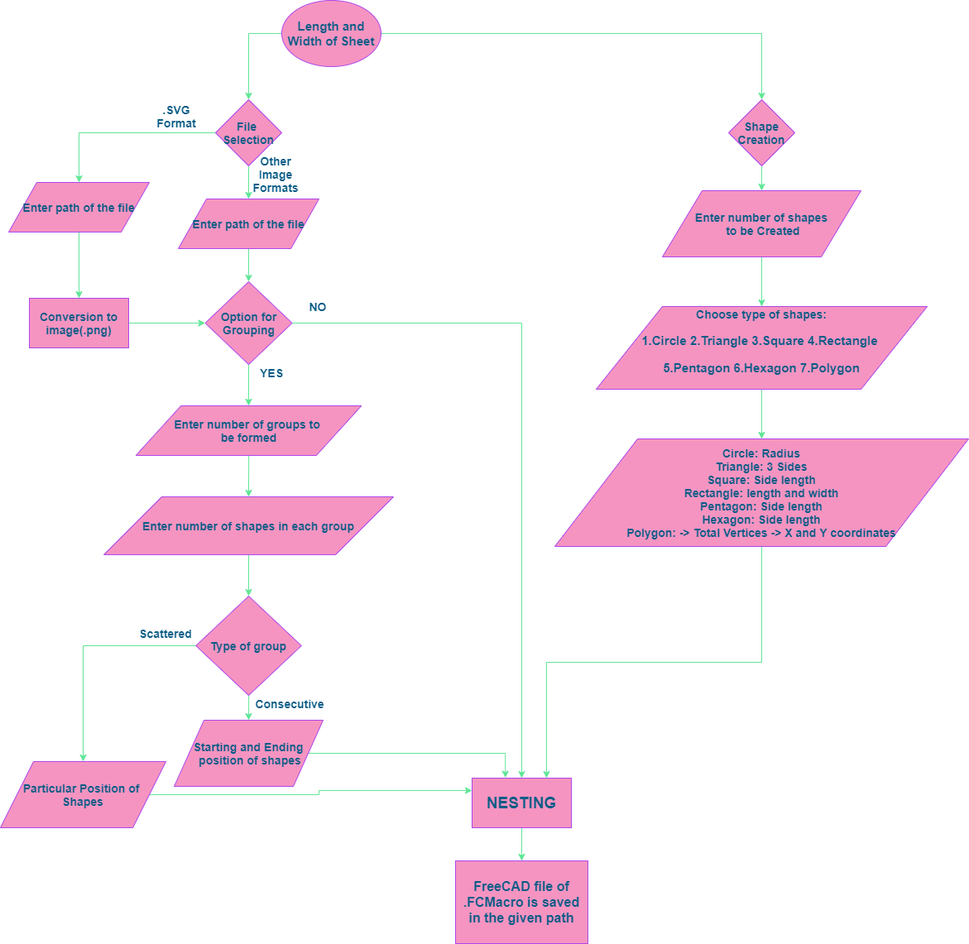
KeepsakeAutomation/Functional-modules-for-Laser-Cutting-Nesting- keeps this draw.io diagram as img/flow_chart.png. Above is the earlier version. Source tidied: cells renumbered, new cells last; positions are measured from the earlier drawing's top-left corner, leaving out a move shared by most shapes.
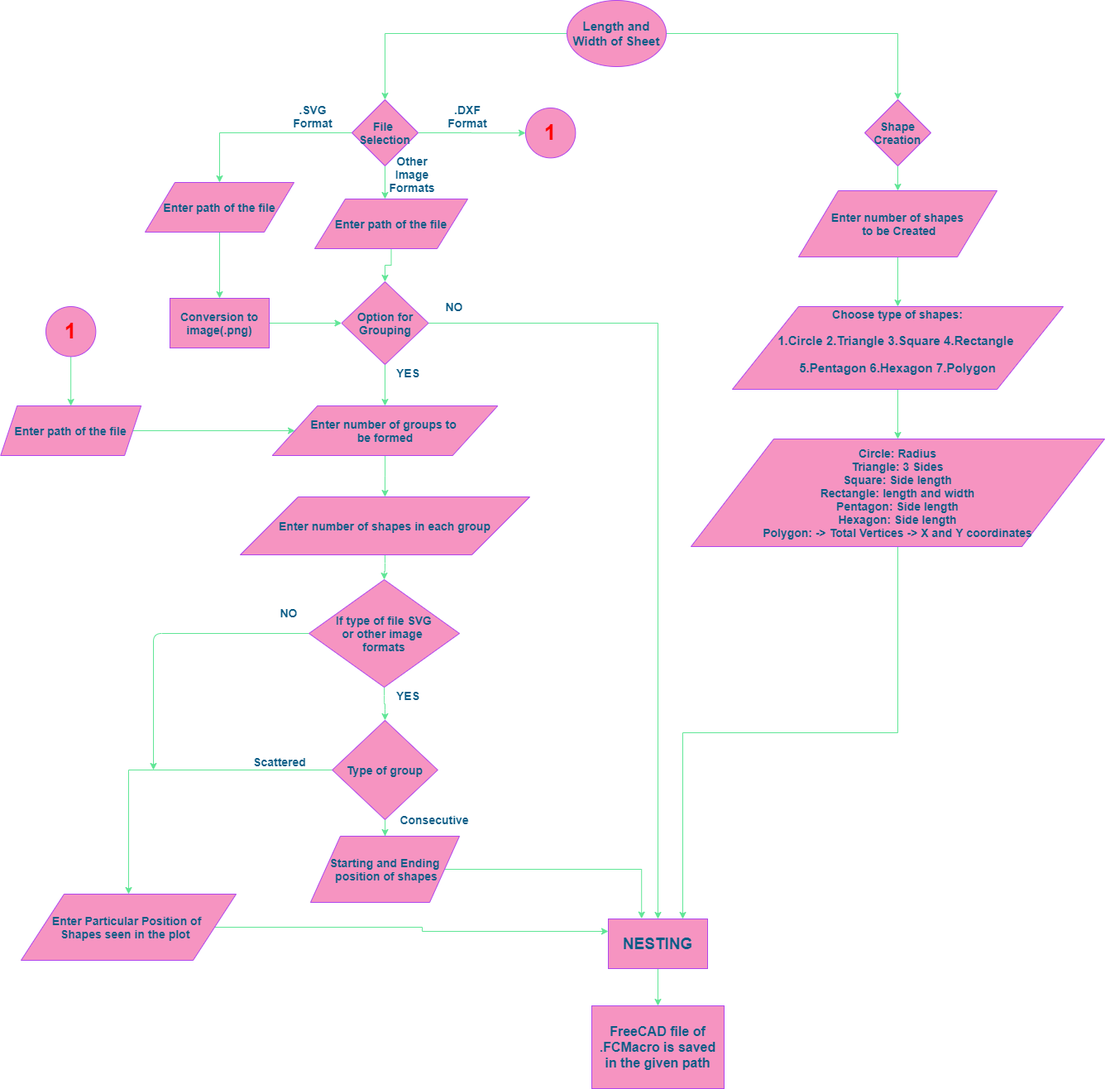
The same file after the commit.

What changed in the source:
```diff
@@ -16,7 +16,7 @@
       </mxGeometry>
     </mxCell>
     <mxCell id="4" value="&lt;font style=&quot;font-size: 15px&quot;&gt;&lt;b&gt;Length and Width of Sheet&lt;/b&gt;&lt;/font&gt;" style="ellipse;whiteSpace=wrap;html=1;fillColor=#F694C1;strokeColor=#AF45ED;fontColor=#095C86;" parent="1" vertex="1">
-      <mxGeometry x="340" width="120" height="80" as="geometry" />
+      <mxGeometry x="520" width="120" height="80" as="geometry" />
     </mxCell>
     <mxCell id="5" style="edgeStyle=orthogonalEdgeStyle;rounded=0;jettySize=auto;html=1;strokeColor=#60E696;fontColor=#095C86;" parent="1" edge="1" source="7">
       <mxGeometry relative="1" as="geometry">
@@ -26,6 +26,9 @@
     <mxCell id="6" style="edgeStyle=orthogonalEdgeStyle;rounded=0;jettySize=auto;html=1;entryX=0.5;entryY=0;entryDx=0;entryDy=0;fontSize=14;fontColor=#095C86;strokeColor=#60E696;" parent="1" edge="1" source="7" target="37">
       <mxGeometry relative="1" as="geometry" />
     </mxCell>
+    <mxCell id="45" style="edgeStyle=orthogonalEdgeStyle;rounded=0;jettySize=auto;html=1;exitX=1;exitY=0.5;exitDx=0;exitDy=0;strokeColor=#60E696;fontColor=#095C86;" parent="1" edge="1" source="7" target="47">
+      <mxGeometry relative="1" as="geometry" />
+    </mxCell>
     <mxCell id="7" value="&lt;font style=&quot;font-size: 14px&quot;&gt;&lt;b&gt;File &lt;br&gt;Selection&lt;/b&gt;&lt;/font&gt;" style="rhombus;whiteSpace=wrap;html=1;fillColor=#F694C1;strokeColor=#AF45ED;fontColor=#095C86;" parent="1" vertex="1">
       <mxGeometry x="260" y="120" width="80" height="80" as="geometry" />
     </mxCell>
@@ -39,13 +42,17 @@
       <mxGeometry relative="1" as="geometry" />
     </mxCell>
     <mxCell id="11" value="&lt;b&gt;Enter path of the file&lt;/b&gt;" style="shape=parallelogram;perimeter=parallelogramPerimeter;whiteSpace=wrap;html=1;fontSize=14;fillColor=#F694C1;strokeColor=#AF45ED;fontColor=#095C86;" parent="1" vertex="1">
-      <mxGeometry x="215" y="240" width="170" height="60" as="geometry" />
+      <mxGeometry x="215" y="240" width="185" height="60" as="geometry" />
     </mxCell>
     <mxCell id="12" style="edgeStyle=orthogonalEdgeStyle;rounded=0;jettySize=auto;html=1;entryX=0.5;entryY=0;entryDx=0;entryDy=0;fontSize=14;fontColor=#095C86;strokeColor=#60E696;" parent="1" edge="1" source="14" target="18">
       <mxGeometry relative="1" as="geometry" />
     </mxCell>
     <mxCell id="13" style="edgeStyle=orthogonalEdgeStyle;rounded=0;jettySize=auto;html=1;fontSize=14;fontColor=#095C86;entryX=0.5;entryY=0;entryDx=0;entryDy=0;strokeColor=#60E696;" parent="1" edge="1" source="14" target="33">
-      <mxGeometry relative="1" as="geometry" />
+      <mxGeometry relative="1" as="geometry">
+        <Array as="points">
+          <mxPoint x="630" y="390" />
+        </Array>
+      </mxGeometry>
     </mxCell>
     <mxCell id="14" value="&lt;b&gt;Option for Grouping&lt;/b&gt;" style="rhombus;whiteSpace=wrap;html=1;fontSize=14;fontColor=#095C86;fillColor=#F694C1;strokeColor=#AF45ED;" parent="1" vertex="1">
       <mxGeometry x="247.5" y="340" width="105" height="100" as="geometry" />
@@ -62,9 +69,9 @@
     <mxCell id="18" value="&lt;b&gt;Enter number of groups to&amp;nbsp;&lt;br&gt;be formed&lt;/b&gt;" style="shape=parallelogram;perimeter=parallelogramPerimeter;whiteSpace=wrap;html=1;fontSize=14;fontColor=#095C86;fillColor=#F694C1;strokeColor=#AF45ED;" parent="1" vertex="1">
       <mxGeometry x="163.8" y="490" width="272.5" height="60" as="geometry" />
     </mxCell>
-    <mxCell id="19" style="edgeStyle=orthogonalEdgeStyle;rounded=0;jettySize=auto;html=1;fontSize=14;fontColor=#095C86;entryX=0.5;entryY=0;entryDx=0;entryDy=0;strokeColor=#60E696;" parent="1" edge="1" source="20" target="23">
-      <mxGeometry relative="1" as="geometry" />
-    </mxCell>
+    <mxCell id="46" style="edgeStyle=orthogonalEdgeStyle;curved=0;rounded=1;sketch=0;jettySize=auto;html=1;entryX=0.5;entryY=0;entryDx=0;entryDy=0;strokeColor=#60E696;fillColor=#F694C1;fontColor=#095C86;" parent="1" edge="1" source="20" target="55">
+      <mxGeometry relative="1" as="geometry" />
+    </mxCell>
     <mxCell id="20" value="&lt;b&gt;Enter number of shapes in each group&lt;/b&gt;" style="shape=parallelogram;perimeter=parallelogramPerimeter;whiteSpace=wrap;html=1;fontSize=14;fontColor=#095C86;fillColor=#F694C1;strokeColor=#AF45ED;" parent="1" vertex="1">
       <mxGeometry x="125" y="600" width="350" height="70" as="geometry" />
     </mxCell>
@@ -75,7 +82,7 @@
       <mxGeometry relative="1" as="geometry" />
     </mxCell>
     <mxCell id="23" value="&lt;b&gt;Type of group&lt;/b&gt;" style="rhombus;whiteSpace=wrap;html=1;fontSize=14;fontColor=#095C86;fillColor=#F694C1;strokeColor=#AF45ED;" parent="1" vertex="1">
-      <mxGeometry x="236.2" y="720" width="127.5" height="120" as="geometry" />
+      <mxGeometry x="236.3" y="870" width="127.5" height="120" as="geometry" />
     </mxCell>
     <mxCell id="24" value="&lt;b&gt;.SVG Format&lt;/b&gt;" style="text;html=1;strokeColor=none;fillColor=none;align=center;verticalAlign=middle;whiteSpace=wrap;rounded=0;fontSize=14;fontColor=#095C86;" parent="1" vertex="1">
       <mxGeometry x="192.5" y="130" width="40" height="20" as="geometry" />
@@ -84,40 +91,40 @@
       <mxGeometry x="312.5" y="200" width="40" height="20" as="geometry" />
     </mxCell>
     <mxCell id="26" value="&lt;b&gt;Scattered&lt;/b&gt;" style="text;html=1;strokeColor=none;fillColor=none;align=center;verticalAlign=middle;whiteSpace=wrap;rounded=0;fontSize=14;fontColor=#095C86;" parent="1" vertex="1">
-      <mxGeometry x="180" y="755" width="40" height="20" as="geometry" />
+      <mxGeometry x="152.5" y="910" width="40" height="20" as="geometry" />
     </mxCell>
     <mxCell id="27" value="&lt;b&gt;Consecutive&lt;/b&gt;" style="text;html=1;strokeColor=none;fillColor=none;align=center;verticalAlign=middle;whiteSpace=wrap;rounded=0;fontSize=14;fontColor=#095C86;" parent="1" vertex="1">
-      <mxGeometry x="330" y="840" width="40" height="20" as="geometry" />
+      <mxGeometry x="340" y="980" width="40" height="20" as="geometry" />
     </mxCell>
     <mxCell id="28" style="edgeStyle=orthogonalEdgeStyle;rounded=0;jettySize=auto;html=1;entryX=0.335;entryY=-0.006;entryDx=0;entryDy=0;entryPerimeter=0;fontSize=14;fontColor=#095C86;strokeColor=#60E696;" parent="1" edge="1" source="29" target="33">
       <mxGeometry relative="1" as="geometry" />
     </mxCell>
     <mxCell id="29" value="&lt;b&gt;Starting and Ending&lt;br&gt;&amp;nbsp;position of shapes&lt;/b&gt;" style="shape=parallelogram;perimeter=parallelogramPerimeter;whiteSpace=wrap;html=1;fontSize=14;fontColor=#095C86;fillColor=#F694C1;strokeColor=#AF45ED;" parent="1" vertex="1">
-      <mxGeometry x="210" y="870" width="180" height="80" as="geometry" />
+      <mxGeometry x="210" y="1010" width="180" height="80" as="geometry" />
     </mxCell>
-    <mxCell id="30" style="edgeStyle=orthogonalEdgeStyle;rounded=0;jettySize=auto;html=1;fontSize=14;fontColor=#095C86;entryX=0;entryY=0.25;entryDx=0;entryDy=0;strokeColor=#60E696;" parent="1" edge="1" source="31" target="33">
+    <mxCell id="30" style="edgeStyle=orthogonalEdgeStyle;rounded=0;jettySize=auto;html=1;fontSize=14;fontColor=#095C86;strokeColor=#60E696;entryX=0;entryY=0.25;entryDx=0;entryDy=0;" parent="1" edge="1" source="31" target="33">
       <mxGeometry relative="1" as="geometry" />
     </mxCell>
-    <mxCell id="31" value="&lt;b&gt;Particular Position of&amp;nbsp;&lt;br&gt;Shapes&lt;/b&gt;" style="shape=parallelogram;perimeter=parallelogramPerimeter;whiteSpace=wrap;html=1;fontSize=14;fontColor=#095C86;fillColor=#F694C1;strokeColor=#AF45ED;" parent="1" vertex="1">
-      <mxGeometry y="920" width="200" height="80" as="geometry" />
+    <mxCell id="31" value="&lt;b&gt;Enter Particular Position of&amp;nbsp;&lt;br&gt;Shapes seen in the plot&amp;nbsp;&amp;nbsp;&lt;/b&gt;" style="shape=parallelogram;perimeter=parallelogramPerimeter;whiteSpace=wrap;html=1;fontSize=14;fontColor=#095C86;fillColor=#F694C1;strokeColor=#AF45ED;" parent="1" vertex="1">
+      <mxGeometry x="-140" y="1080" width="260" height="80" as="geometry" />
     </mxCell>
     <mxCell id="32" style="edgeStyle=orthogonalEdgeStyle;rounded=0;jettySize=auto;html=1;fontSize=14;fontColor=#095C86;strokeColor=#60E696;" parent="1" edge="1" source="33" target="44">
       <mxGeometry relative="1" as="geometry" />
     </mxCell>
     <mxCell id="33" value="&lt;font style=&quot;font-size: 19px&quot;&gt;&lt;b&gt;NESTING&lt;/b&gt;&lt;/font&gt;" style="rounded=0;whiteSpace=wrap;html=1;fontSize=14;fontColor=#095C86;fillColor=#F694C1;strokeColor=#AF45ED;" parent="1" vertex="1">
-      <mxGeometry x="570" y="940" width="120" height="60" as="geometry" />
+      <mxGeometry x="570" y="1110" width="120" height="60" as="geometry" />
     </mxCell>
     <mxCell id="34" style="edgeStyle=orthogonalEdgeStyle;rounded=0;jettySize=auto;html=1;entryX=0;entryY=0.5;entryDx=0;entryDy=0;fontSize=14;fontColor=#095C86;strokeColor=#60E696;" parent="1" edge="1" source="35" target="14">
       <mxGeometry relative="1" as="geometry" />
     </mxCell>
     <mxCell id="35" value="&lt;b&gt;Conversion to image(.png)&lt;/b&gt;" style="rounded=0;whiteSpace=wrap;html=1;fontSize=14;fontColor=#095C86;fillColor=#F694C1;strokeColor=#AF45ED;" parent="1" vertex="1">
-      <mxGeometry x="35" y="360" width="120" height="60" as="geometry" />
+      <mxGeometry x="40" y="360" width="120" height="60" as="geometry" />
     </mxCell>
     <mxCell id="36" style="edgeStyle=orthogonalEdgeStyle;rounded=0;jettySize=auto;html=1;entryX=0.5;entryY=0;entryDx=0;entryDy=0;fontSize=14;fontColor=#095C86;strokeColor=#60E696;" parent="1" edge="1" source="37" target="35">
       <mxGeometry relative="1" as="geometry" />
     </mxCell>
     <mxCell id="37" value="&lt;b&gt;Enter path of the file&lt;/b&gt;" style="shape=parallelogram;perimeter=parallelogramPerimeter;whiteSpace=wrap;html=1;fontSize=14;fillColor=#F694C1;strokeColor=#AF45ED;fontColor=#095C86;" parent="1" vertex="1">
-      <mxGeometry x="10" y="220" width="170" height="60" as="geometry" />
+      <mxGeometry x="10" y="220" width="180" height="60" as="geometry" />
     </mxCell>
     <mxCell id="38" style="edgeStyle=orthogonalEdgeStyle;rounded=0;jettySize=auto;html=1;exitX=0.5;exitY=1;exitDx=0;exitDy=0;entryX=0.5;entryY=0;entryDx=0;entryDy=0;fontSize=14;fontColor=#095C86;strokeColor=#60E696;" parent="1" edge="1" source="39" target="41">
       <mxGeometry relative="1" as="geometry" />
@@ -138,7 +145,42 @@
       <mxGeometry x="670" y="530" width="500" height="130" as="geometry" />
     </mxCell>
     <mxCell id="44" value="&lt;b&gt;&lt;font style=&quot;font-size: 16px&quot;&gt;FreeCAD file of .FCMacro is saved in the given path&lt;/font&gt;&lt;/b&gt;" style="rounded=0;whiteSpace=wrap;html=1;fillColor=#F694C1;strokeColor=#AF45ED;fontColor=#095C86;" parent="1" vertex="1">
-      <mxGeometry x="550" y="1040" width="160" height="100" as="geometry" />
+      <mxGeometry x="550" y="1215" width="160" height="100" as="geometry" />
     </mxCell>
+    <mxCell id="47" value="&lt;font style=&quot;font-size: 26px&quot; color=&quot;#ff0000&quot;&gt;&lt;b&gt;1&lt;/b&gt;&lt;/font&gt;" style="ellipse;whiteSpace=wrap;html=1;fillColor=#F694C1;strokeColor=#AF45ED;fontColor=#095C86;" parent="1" vertex="1">
+      <mxGeometry x="470" y="130" width="60.4" height="60.4" as="geometry" />
+    </mxCell>
+    <mxCell id="48" style="edgeStyle=orthogonalEdgeStyle;rounded=0;jettySize=auto;html=1;entryX=0.5;entryY=0;entryDx=0;entryDy=0;strokeColor=#60E696;fontColor=#095C86;" parent="1" edge="1" source="49" target="51">
+      <mxGeometry relative="1" as="geometry" />
+    </mxCell>
+    <mxCell id="49" value="&lt;font style=&quot;font-size: 26px&quot; color=&quot;#ff0000&quot;&gt;&lt;b&gt;1&lt;/b&gt;&lt;/font&gt;" style="ellipse;whiteSpace=wrap;html=1;fillColor=#F694C1;strokeColor=#AF45ED;fontColor=#095C86;" parent="1" vertex="1">
+      <mxGeometry x="-110" y="370" width="60.4" height="60.4" as="geometry" />
+    </mxCell>
+    <mxCell id="50" style="edgeStyle=orthogonalEdgeStyle;rounded=0;jettySize=auto;html=1;entryX=0;entryY=0.5;entryDx=0;entryDy=0;strokeColor=#60E696;fontColor=#095C86;" parent="1" edge="1" source="51" target="18">
+      <mxGeometry relative="1" as="geometry" />
+    </mxCell>
+    <mxCell id="51" value="&lt;b style=&quot;color: rgb(9 , 92 , 134) ; font-size: 14px&quot;&gt;Enter path of the file&lt;/b&gt;" style="shape=parallelogram;perimeter=parallelogramPerimeter;whiteSpace=wrap;html=1;fixedSize=1;strokeColor=#AF45ED;fillColor=#F694C1;fontColor=#095C86;" parent="1" vertex="1">
+      <mxGeometry x="-164.7" y="490" width="169.8" height="60" as="geometry" />
+    </mxCell>
+    <mxCell id="52" value="&lt;b&gt;.DXF Format&lt;/b&gt;" style="text;html=1;strokeColor=none;fillColor=none;align=center;verticalAlign=middle;whiteSpace=wrap;rounded=0;fontSize=14;fontColor=#095C86;" parent="1" vertex="1">
+      <mxGeometry x="380" y="130" width="40" height="20" as="geometry" />
+    </mxCell>
+    <mxCell id="53" style="edgeStyle=orthogonalEdgeStyle;curved=0;rounded=1;sketch=0;jettySize=auto;html=1;strokeColor=#60E696;fillColor=#F694C1;fontColor=#095C86;" parent="1" edge="1" source="55">
+      <mxGeometry relative="1" as="geometry">
+        <mxPoint x="20" y="930" as="targetPoint" />
+      </mxGeometry>
+    </mxCell>
+    <mxCell id="54" style="edgeStyle=orthogonalEdgeStyle;curved=0;rounded=1;sketch=0;jettySize=auto;html=1;entryX=0.5;entryY=0;entryDx=0;entryDy=0;strokeColor=#60E696;fillColor=#F694C1;fontColor=#095C86;" parent="1" edge="1" source="55" target="23">
+      <mxGeometry relative="1" as="geometry" />
+    </mxCell>
+    <mxCell id="55" value="&lt;b&gt;If type of file SVG&lt;br&gt;or other image&amp;nbsp;&lt;br&gt;formats&lt;br&gt;&lt;/b&gt;" style="rhombus;whiteSpace=wrap;html=1;fontSize=14;fontColor=#095C86;fillColor=#F694C1;strokeColor=#AF45ED;" parent="1" vertex="1">
+      <mxGeometry x="208.1" y="700" width="181.9" height="130" as="geometry" />
+    </mxCell>
+    <mxCell id="56" value="&lt;b&gt;YES&lt;/b&gt;" style="text;html=1;strokeColor=none;fillColor=none;align=center;verticalAlign=middle;whiteSpace=wrap;rounded=0;fontSize=14;fontColor=#095C86;" parent="1" vertex="1">
+      <mxGeometry x="307.5" y="830" width="40" height="20" as="geometry" />
+    </mxCell>
+    <mxCell id="57" value="&lt;b&gt;NO&lt;/b&gt;" style="text;html=1;strokeColor=none;fillColor=none;align=center;verticalAlign=middle;whiteSpace=wrap;rounded=0;fontSize=14;fontColor=#095C86;" parent="1" vertex="1">
+      <mxGeometry x="163.8" y="730" width="40" height="20" as="geometry" />
+    </mxCell>
   </root>
 </mxGraphModel>
```
